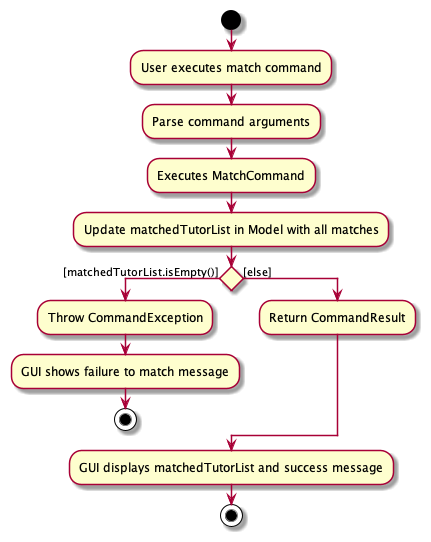
tenebrius1/tp keeps this PlantUML diagram as docs/images/MatchCommandActivityDiagram.png. Above is the earlier version. Its diagram source:
```plantuml
@startuml

start
:User executes match command;
:Parse command arguments;
:Executes MatchCommand;
:Update matchedTutorList in Model with all matches;
if () then ([matchedTutorList.isEmpty()])
  :Throw CommandException;
  :GUI shows failure to match message;
    stop
else ([else])
  :Return CommandResult;
endif

:GUI displays matchedTutorList and success message;

stop

@enduml
```
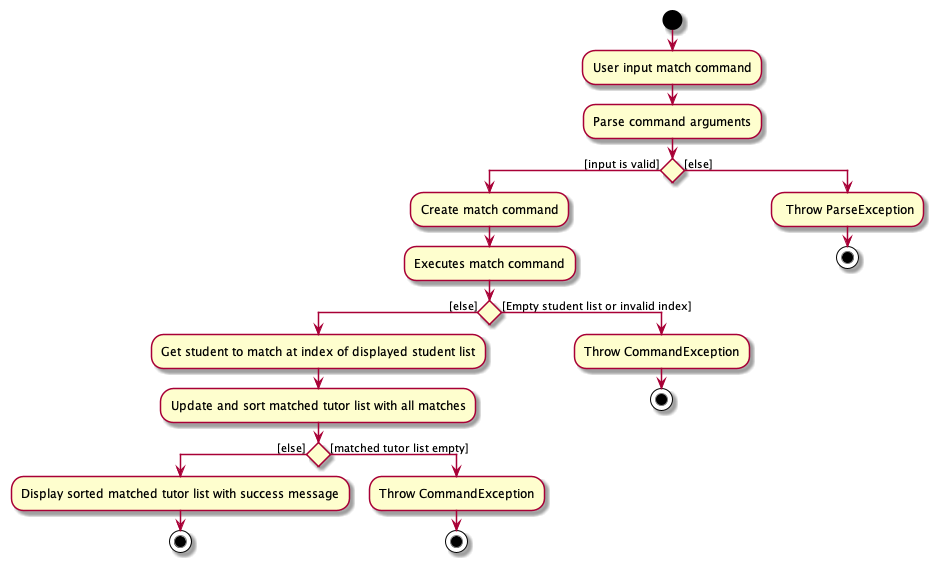
Above is the later version.

Change to the diagram source:
```diff
@@ -1,20 +1,31 @@
 @startuml
 
 start
-:User executes match command;
+:User input match command;
 :Parse command arguments;
-:Executes MatchCommand;
-:Update matchedTutorList in Model with all matches;
-if () then ([matchedTutorList.isEmpty()])
-  :Throw CommandException;
-  :GUI shows failure to match message;
+
+if () then ([input is valid])
+    :Create match command;
+    :Executes match command;
+    if () then ([else])
+        :Get student to match at index of displayed student list;
+        :Update and sort matched tutor list with all matches;
+        if () then ([else])
+            :Display sorted matched tutor list with success message;
+            stop
+        else ([matched tutor list empty])
+            :Throw CommandException;
+            stop
+        endif
+    else ([Empty student list or invalid index])
+        :Throw CommandException;
+        stop
+    endif
+else ([else])
+  : Throw ParseException;
     stop
-else ([else])
-  :Return CommandResult;
+
+
 endif
 
-:GUI displays matchedTutorList and success message;
-
-stop
-
 @enduml
```
